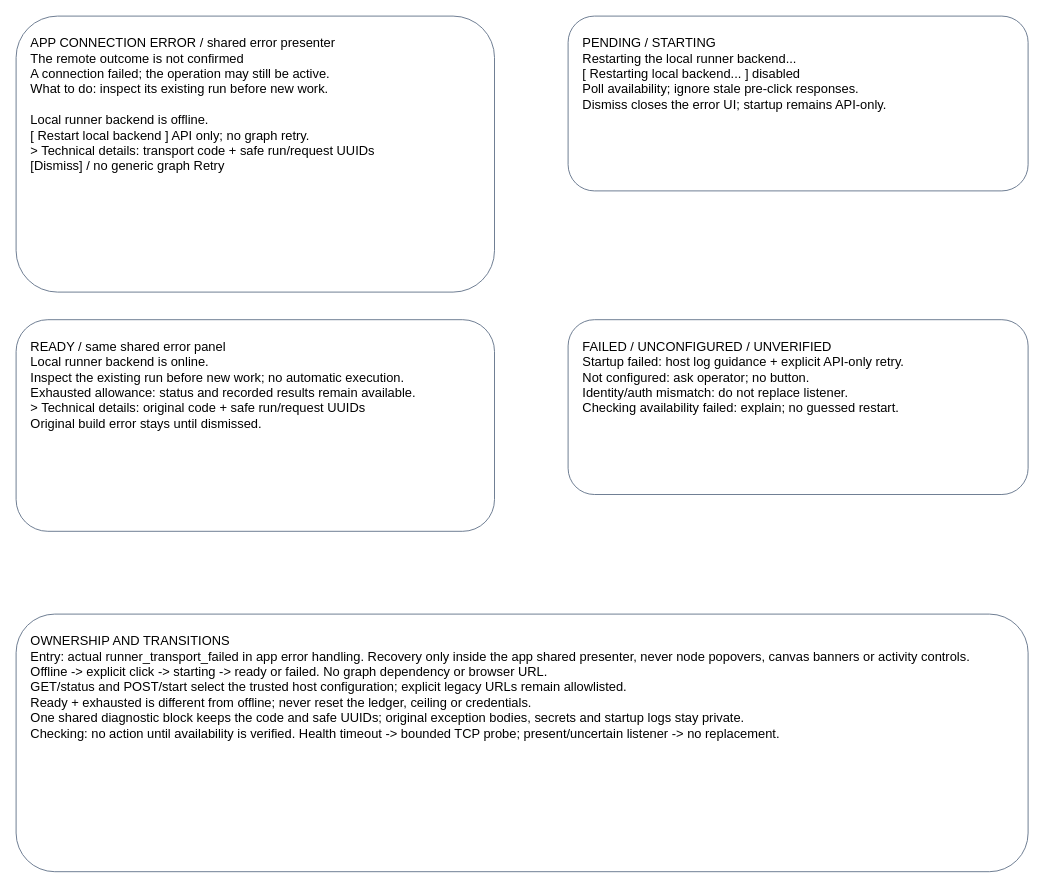
Earlier version of the draw.io diagram page "App connection-error recovery" (5 of 6) of projects/laomedo/subsystems/agent-execution/design/local-runner-recovery.drawio (amadou-6e/specs). Source tidied: cells renumbered, new cells numbered last; positions are measured from the earlier drawing's top-left corner, leaving out a move shared by most shapes. Both pictures are drawn from the tidied source at 92%, with x=0, y=0 at pixel (16, 16).
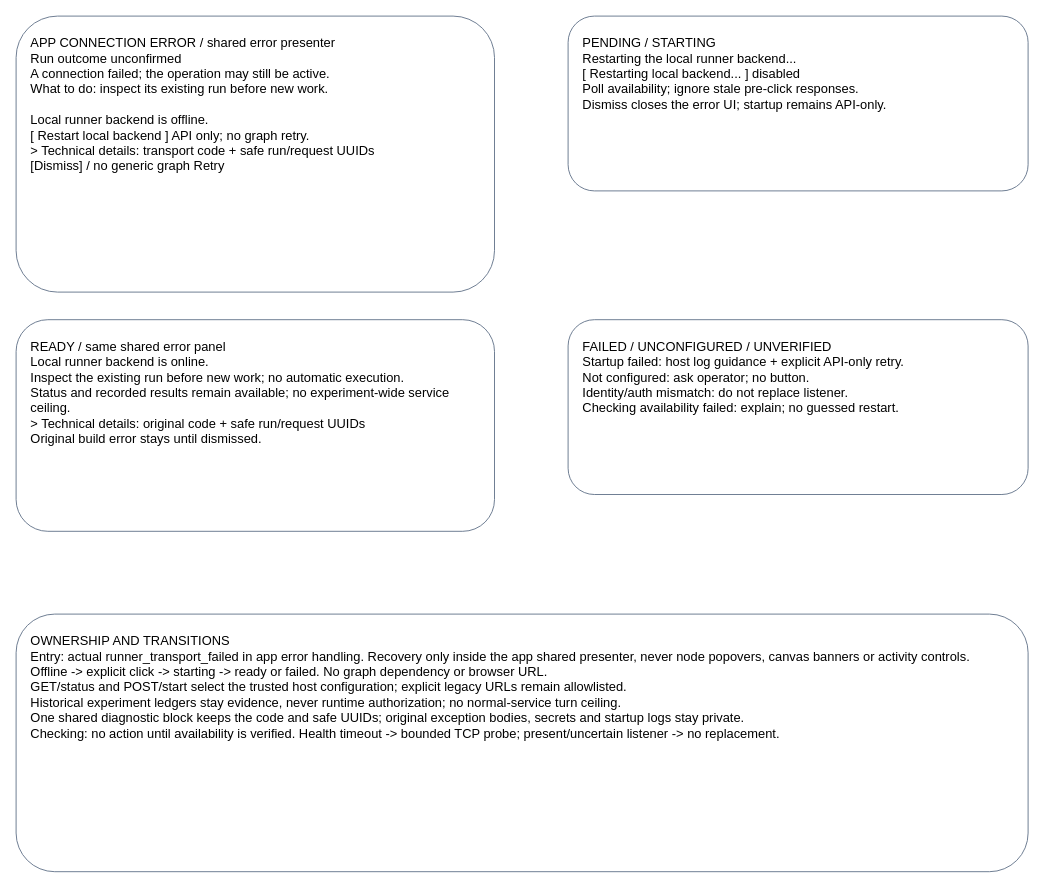
The same page after the edit.

Commit message (it also covers changes not shown here):
Record real popup checks and the current CLI startup blocker

Diff of the diagram source:
```diff
@@
 <mxGraphModel>
   <root>
     <mxCell id="0" />
     <mxCell id="1" parent="0" />
-    <mxCell id="2" value="APP CONNECTION ERROR / shared error presenter&#10;The remote outcome is not confirmed&#10;A connection failed; the operation may still be active.&#10;What to do: inspect its existing run before new work.&#10;&#10;Local runner backend is offline.&#10;[ Restart local backend ] API only; no graph retry.&#10;&gt; Technical details: transport code + safe run/request UUIDs&#10;[Dismiss] / no generic graph Retry" style="rounded=1;whiteSpace=wrap;html=0;align=left;verticalAlign=top;spacing=16;fontSize=14;fillColor=#ffffff;strokeColor=#64748b;" parent="1" vertex="1">
+    <mxCell id="2" value="APP CONNECTION ERROR / shared error presenter&#10;Run outcome unconfirmed&#10;A connection failed; the operation may still be active.&#10;What to do: inspect its existing run before new work.&#10;&#10;Local runner backend is offline.&#10;[ Restart local backend ] API only; no graph retry.&#10;&gt; Technical details: transport code + safe run/request UUIDs&#10;[Dismiss] / no generic graph Retry" style="rounded=1;whiteSpace=wrap;html=0;align=left;verticalAlign=top;spacing=16;fontSize=14;fillColor=#ffffff;strokeColor=#64748b;" parent="1" vertex="1">
       <mxGeometry width="520" height="300" as="geometry" />
     </mxCell>
     <mxCell id="3" value="PENDING / STARTING&#10;Restarting the local runner backend...&#10;[ Restarting local backend... ] disabled&#10;Poll availability; ignore stale pre-click responses.&#10;Dismiss closes the error UI; startup remains API-only." style="rounded=1;whiteSpace=wrap;html=0;align=left;verticalAlign=top;spacing=16;fontSize=14;fillColor=#ffffff;strokeColor=#64748b;" parent="1" vertex="1">
       <mxGeometry x="600" width="500" height="190" as="geometry" />
     </mxCell>
-    <mxCell id="4" value="READY / same shared error panel&#10;Local runner backend is online.&#10;Inspect the existing run before new work; no automatic execution.&#10;Exhausted allowance: status and recorded results remain available.&#10;&gt; Technical details: original code + safe run/request UUIDs&#10;Original build error stays until dismissed." style="rounded=1;whiteSpace=wrap;html=0;align=left;verticalAlign=top;spacing=16;fontSize=14;fillColor=#ffffff;strokeColor=#64748b;" parent="1" vertex="1">
+    <mxCell id="4" value="READY / same shared error panel&#10;Local runner backend is online.&#10;Inspect the existing run before new work; no automatic execution.&#10;Status and recorded results remain available; no experiment-wide service ceiling.&#10;&gt; Technical details: original code + safe run/request UUIDs&#10;Original build error stays until dismissed." style="rounded=1;whiteSpace=wrap;html=0;align=left;verticalAlign=top;spacing=16;fontSize=14;fillColor=#ffffff;strokeColor=#64748b;" parent="1" vertex="1">
       <mxGeometry y="330" width="520" height="230" as="geometry" />
     </mxCell>
     <mxCell id="5" value="FAILED / UNCONFIGURED / UNVERIFIED&#10;Startup failed: host log guidance + explicit API-only retry.&#10;Not configured: ask operator; no button.&#10;Identity/auth mismatch: do not replace listener.&#10;Checking availability failed: explain; no guessed restart." style="rounded=1;whiteSpace=wrap;html=0;align=left;verticalAlign=top;spacing=16;fontSize=14;fillColor=#ffffff;strokeColor=#64748b;" parent="1" vertex="1">
       <mxGeometry x="600" y="330" width="500" height="190" as="geometry" />
     </mxCell>
-    <mxCell id="6" value="OWNERSHIP AND TRANSITIONS&#10;Entry: actual runner_transport_failed in app error handling. Recovery only inside the app shared presenter, never node popovers, canvas banners or activity controls.&#10;Offline -&gt; explicit click -&gt; starting -&gt; ready or failed. No graph dependency or browser URL.&#10;GET/status and POST/start select the trusted host configuration; explicit legacy URLs remain allowlisted.&#10;Ready + exhausted is different from offline; never reset the ledger, ceiling or credentials.&#10;One shared diagnostic block keeps the code and safe UUIDs; original exception bodies, secrets and startup logs stay private.&#10;Checking: no action until availability is verified. Health timeout -&gt; bounded TCP probe; present/uncertain listener -&gt; no replacement." style="rounded=1;whiteSpace=wrap;html=0;align=left;verticalAlign=top;spacing=16;fontSize=14;fillColor=#ffffff;strokeColor=#64748b;" parent="1" vertex="1">
+    <mxCell id="6" value="OWNERSHIP AND TRANSITIONS&#10;Entry: actual runner_transport_failed in app error handling. Recovery only inside the app shared presenter, never node popovers, canvas banners or activity controls.&#10;Offline -&gt; explicit click -&gt; starting -&gt; ready or failed. No graph dependency or browser URL.&#10;GET/status and POST/start select the trusted host configuration; explicit legacy URLs remain allowlisted.&#10;Historical experiment ledgers stay evidence, never runtime authorization; no normal-service turn ceiling.&#10;One shared diagnostic block keeps the code and safe UUIDs; original exception bodies, secrets and startup logs stay private.&#10;Checking: no action until availability is verified. Health timeout -&gt; bounded TCP probe; present/uncertain listener -&gt; no replacement." style="rounded=1;whiteSpace=wrap;html=0;align=left;verticalAlign=top;spacing=16;fontSize=14;fillColor=#ffffff;strokeColor=#64748b;" parent="1" vertex="1">
       <mxGeometry y="650" width="1100" height="280" as="geometry" />
     </mxCell>
   </root>
 </mxGraphModel>
```
